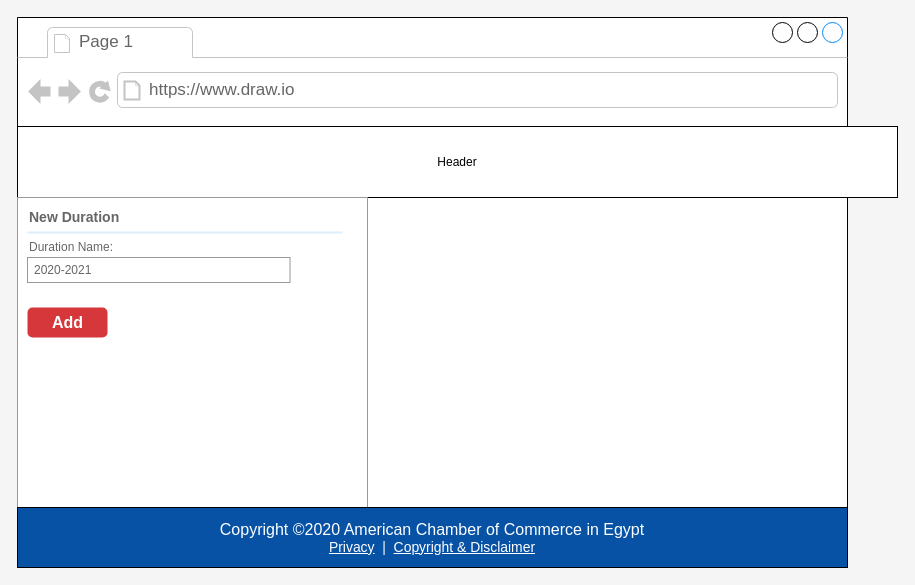
Above: page "add-duration" (2 of 3) of Committee Leaders.drawio in asayedio/TrackingERD (draw.io), before the change. Source tidied: cells renumbered, new cells numbered last; positions are measured from the earlier drawing's top-left corner, leaving out a move shared by most shapes. Both pictures are drawn from the tidied source at 100%, with x=0, y=0 at pixel (17, 17). Pictures stored in the file or linked from it are replaced by grey dashed boxes.
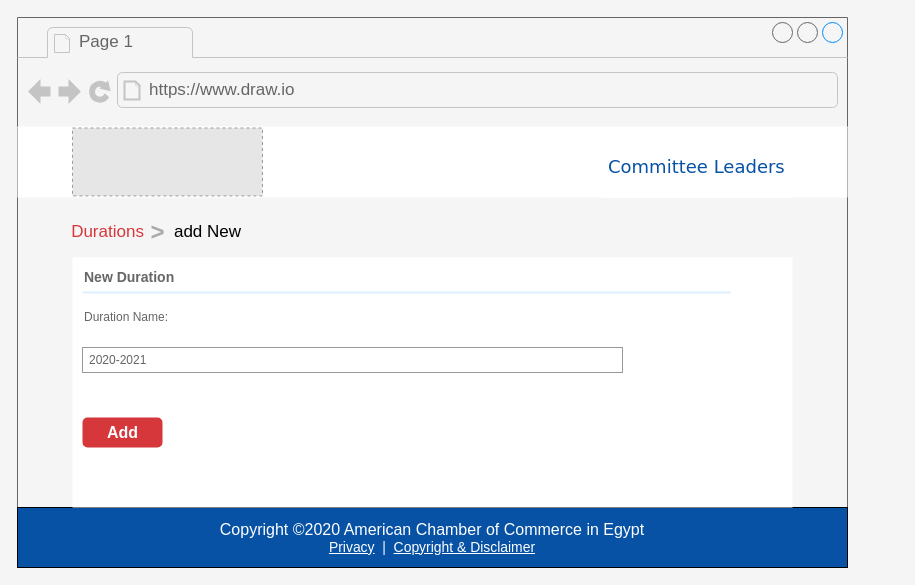
Above is the later version.

Diff of the diagram source:
```diff
@@
-    <mxCell id="2" style="strokeWidth=1;shadow=0;dashed=0;align=center;html=1;shape=mxgraph.mockup.containers.browserWindow;rSize=0;strokeColor2=#008cff;strokeColor3=#c4c4c4;mainText=,;" parent="1" vertex="1">
+    <mxCell id="2" style="strokeWidth=1;shadow=0;dashed=0;align=center;html=1;shape=mxgraph.mockup.containers.browserWindow;rSize=0;strokeColor2=#008cff;strokeColor3=#c4c4c4;mainText=,;fillColor=#F5F5F5;strokeColor=none;" parent="1" vertex="1">
       <mxGeometry width="830" height="550" as="geometry" />
     </mxCell>
@@
-    <mxCell id="5" value="Header" style="rounded=0;whiteSpace=wrap;html=1;" parent="2" vertex="1">
-      <mxGeometry y="109" width="880" height="71" as="geometry" />
-    </mxCell>
+    <mxCell id="12" value="&lt;div style=&quot;box-sizing: border-box ; color: rgb(255 , 255 , 255) ; font-family: &amp;quot;source sans pro&amp;quot; ; font-size: 16px ; background-color: rgb(7 , 82 , 165)&quot;&gt;Copyright ©2020 American Chamber of Commerce in Egypt&lt;/div&gt;&lt;div class=&quot;small&quot; style=&quot;box-sizing: border-box ; font-size: 13.92px ; color: rgb(255 , 255 , 255) ; font-family: &amp;quot;source sans pro&amp;quot; ; background-color: rgb(7 , 82 , 165)&quot;&gt;&lt;a href=&quot;https://www.amcham.org.eg/privacy&quot; style=&quot;box-sizing: border-box ; background-color: transparent ; color: rgb(255 , 255 , 255)&quot;&gt;Privacy&lt;/a&gt;&amp;nbsp;&amp;nbsp;|&amp;nbsp;&amp;nbsp;&lt;a href=&quot;https://www.amcham.org.eg/copyright-disclaimer&quot; style=&quot;box-sizing: border-box ; background-color: transparent ; color: rgb(255 , 255 , 255)&quot;&gt;Copyright &amp;amp; Disclaimer&lt;/a&gt;&lt;/div&gt;" style="rounded=0;whiteSpace=wrap;html=1;fillColor=#0752a5;" parent="2" vertex="1">
+      <mxGeometry y="490" width="830" height="60" as="geometry" />
+    </mxCell>
+    <mxCell id="13" value="&lt;h1&gt;&lt;br&gt;&lt;/h1&gt;" style="rounded=0;whiteSpace=wrap;html=1;align=center;strokeColor=none;" parent="2" vertex="1">
+      <mxGeometry y="109" width="830" height="71" as="geometry" />
+    </mxCell>
+    <mxCell id="14" style="fillColor=#E6E6E6;strokeColor=#999999;dashed=1;html=1;verticalAlign=top;verticalLabelPosition=bottom;labelBackgroundColor=#ffffff;" parent="2" vertex="1">
+      <mxGeometry x="55" y="110.5" width="190" height="67.9" as="geometry" />
+    </mxCell>
-    <mxCell id="6" style="strokeWidth=1;shadow=0;dashed=0;align=center;html=1;shape=mxgraph.mockup.forms.rrect;rSize=0;strokeColor=#999999;fillColor=#ffffff;sketch=0;" parent="2" vertex="1">
-      <mxGeometry y="180" width="350" height="310" as="geometry" />
+    <mxCell id="6" style="strokeWidth=1;shadow=0;dashed=0;align=center;html=1;shape=mxgraph.mockup.forms.rrect;rSize=0;fillColor=#ffffff;sketch=0;strokeColor=none;" parent="2" vertex="1">
+      <mxGeometry x="55" y="240" width="720" height="250" as="geometry" />
     </mxCell>
     <mxCell id="7" value="&lt;b&gt;&lt;font style=&quot;font-size: 14px&quot;&gt;New Duration&lt;/font&gt;&lt;/b&gt;" style="strokeWidth=1;shadow=0;dashed=0;align=center;html=1;shape=mxgraph.mockup.forms.anchor;fontSize=12;fontColor=#666666;align=left;spacingLeft=0;" parent="6" vertex="1">
-      <mxGeometry width="175" height="20" relative="1" as="geometry">
+      <mxGeometry width="360" height="20" relative="1" as="geometry">
         <mxPoint x="10" y="10" as="offset" />
       </mxGeometry>
     </mxCell>
     <mxCell id="8" style="shape=line;strokeColor=#ddeeff;strokeWidth=2;html=1;" parent="6" vertex="1">
-      <mxGeometry width="315" height="10" relative="1" as="geometry">
+      <mxGeometry width="648" height="10" relative="1" as="geometry">
         <mxPoint x="10" y="30" as="offset" />
       </mxGeometry>
     </mxCell>
     <mxCell id="9" value="Duration Name:" style="strokeWidth=1;shadow=0;dashed=0;align=center;html=1;shape=mxgraph.mockup.forms.anchor;fontSize=12;fontColor=#666666;align=left;spacingLeft=0;" parent="6" vertex="1">
-      <mxGeometry width="175" height="20" relative="1" as="geometry">
-        <mxPoint x="10" y="40" as="offset" />
+      <mxGeometry width="360" height="20" relative="1" as="geometry">
+        <mxPoint x="10" y="50" as="offset" />
       </mxGeometry>
     </mxCell>
     <mxCell id="10" value="2020-2021" style="strokeWidth=1;shadow=0;dashed=0;align=center;html=1;shape=mxgraph.mockup.forms.rrect;rSize=0;strokeColor=#999999;fontColor=#666666;align=left;spacingLeft=5;" parent="6" vertex="1">
-      <mxGeometry width="262.5" height="25" relative="1" as="geometry">
-        <mxPoint x="10" y="60" as="offset" />
+      <mxGeometry width="540" height="25" relative="1" as="geometry">
+        <mxPoint x="10" y="90" as="offset" />
       </mxGeometry>
     </mxCell>
     <mxCell id="11" value="Add" style="strokeWidth=1;shadow=0;dashed=0;align=center;html=1;shape=mxgraph.mockup.forms.rrect;rSize=5;strokeColor=none;fontColor=#ffffff;fontSize=16;fontStyle=1;fillColor=#D6373B;" parent="6" vertex="1">
       <mxGeometry y="1" width="80" height="30" relative="1" as="geometry">
-        <mxPoint x="10" y="-200" as="offset" />
+        <mxPoint x="10" y="-90" as="offset" />
       </mxGeometry>
     </mxCell>
-    <mxCell id="12" value="&lt;div style=&quot;box-sizing: border-box ; color: rgb(255 , 255 , 255) ; font-family: &amp;quot;source sans pro&amp;quot; ; font-size: 16px ; background-color: rgb(7 , 82 , 165)&quot;&gt;Copyright ©2020 American Chamber of Commerce in Egypt&lt;/div&gt;&lt;div class=&quot;small&quot; style=&quot;box-sizing: border-box ; font-size: 13.92px ; color: rgb(255 , 255 , 255) ; font-family: &amp;quot;source sans pro&amp;quot; ; background-color: rgb(7 , 82 , 165)&quot;&gt;&lt;a href=&quot;https://www.amcham.org.eg/privacy&quot; style=&quot;box-sizing: border-box ; background-color: transparent ; color: rgb(255 , 255 , 255)&quot;&gt;Privacy&lt;/a&gt;&amp;nbsp;&amp;nbsp;|&amp;nbsp;&amp;nbsp;&lt;a href=&quot;https://www.amcham.org.eg/copyright-disclaimer&quot; style=&quot;box-sizing: border-box ; background-color: transparent ; color: rgb(255 , 255 , 255)&quot;&gt;Copyright &amp;amp; Disclaimer&lt;/a&gt;&lt;/div&gt;" style="rounded=0;whiteSpace=wrap;html=1;fillColor=#0752a5;" parent="2" vertex="1">
-      <mxGeometry y="490" width="830" height="60" as="geometry" />
-    </mxCell>
+    <mxCell id="15" value="&lt;font color=&quot;#d6373b&quot; style=&quot;font-weight: normal&quot;&gt;Durations&lt;/font&gt;" style="strokeWidth=1;shadow=0;dashed=0;align=center;html=1;shape=mxgraph.mockup.navigation.anchor;fontSize=17;fontColor=#666666;fontStyle=1;sketch=0;fillColor=#f5f5f5;gradientColor=none;" parent="2" vertex="1">
+      <mxGeometry x="60" y="200" width="60" height="30" as="geometry" />
+    </mxCell>
+    <mxCell id="16" value="&gt;" style="strokeWidth=1;shadow=0;dashed=0;align=center;html=1;shape=mxgraph.mockup.navigation.anchor;fontSize=24;fontColor=#aaaaaa;fontStyle=1;sketch=0;fillColor=#f5f5f5;gradientColor=none;" parent="2" vertex="1">
+      <mxGeometry x="130" y="200" width="20" height="30" as="geometry" />
+    </mxCell>
+    <mxCell id="17" value="&lt;font color=&quot;#000000&quot; style=&quot;font-weight: normal&quot;&gt;add New&lt;/font&gt;" style="strokeWidth=1;shadow=0;dashed=0;align=center;html=1;shape=mxgraph.mockup.navigation.anchor;fontSize=17;fontColor=#008cff;fontStyle=1;sketch=0;fillColor=#f5f5f5;gradientColor=none;" parent="2" vertex="1">
+      <mxGeometry x="160" y="200" width="60" height="30" as="geometry" />
+    </mxCell>
+    <mxCell id="18" value="&lt;h1 style=&quot;color: rgb(0 , 0 , 0) ; text-align: center&quot;&gt;&lt;font face=&quot;Verdana&quot; color=&quot;#0752a5&quot; style=&quot;font-size: 18px ; font-weight: normal&quot;&gt;Committee Leaders&lt;/font&gt;&lt;/h1&gt;" style="strokeWidth=1;shadow=0;dashed=0;align=center;html=1;shape=mxgraph.mockup.text.textBox;fontColor=#666666;align=left;fontSize=17;spacingLeft=4;spacingTop=-3;mainText=;sketch=0;gradientColor=none;fillColor=#FFFFFF;strokeColor=none;" parent="2" vertex="1">
+      <mxGeometry x="585" y="110.5" width="190" height="70" as="geometry" />
+    </mxCell>
```
